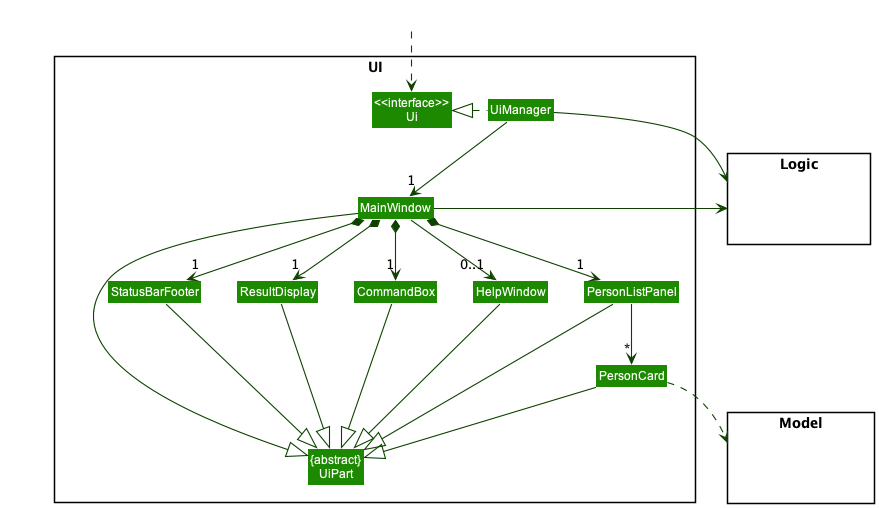
Above: docs/images/UiClassDiagram.png in nus-cs2103-AY2223S2/tp (PlantUML), before the change.
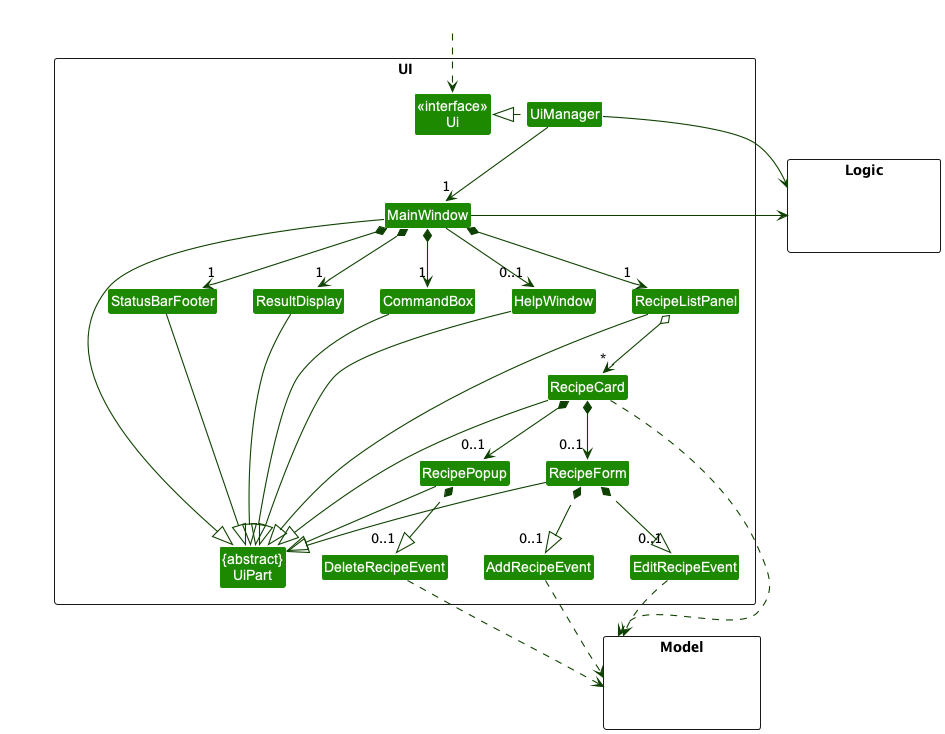
The same diagram one commit later.

Diff of the diagram source:
```diff
@@ -11,10 +11,15 @@
 Class MainWindow
 Class HelpWindow
 Class ResultDisplay
-Class PersonListPanel
-Class PersonCard
+Class RecipeListPanel
+Class RecipeCard
+Class RecipePopup
+Class RecipeForm
 Class StatusBarFooter
 Class CommandBox
+Class AddRecipeEvent
+Class DeleteRecipeEvent
+Class EditRecipeEvent
 }
 
 package Model <<Rectangle>> {
@@ -32,26 +37,39 @@
 UiManager -down-> "1" MainWindow
 MainWindow *-down->  "1" CommandBox
 MainWindow *-down-> "1" ResultDisplay
-MainWindow *-down-> "1" PersonListPanel
+MainWindow *-down-> "1" RecipeListPanel
 MainWindow *-down-> "1" StatusBarFooter
 MainWindow --> "0..1" HelpWindow
 
-PersonListPanel -down-> "*" PersonCard
+RecipeListPanel o-down-> "*" RecipeCard
 
 MainWindow -left-|> UiPart
 
 ResultDisplay --|> UiPart
 CommandBox --|> UiPart
-PersonListPanel --|> UiPart
-PersonCard --|> UiPart
+RecipeListPanel --|> UiPart
+RecipeCard --|> UiPart
 StatusBarFooter --|> UiPart
 HelpWindow --|> UiPart
+RecipeForm --|> UiPart
+RecipePopup --|> UiPart
 
-PersonCard ..> Model
+RecipeCard ..> Model
+DeleteRecipeEvent ..> Model
+EditRecipeEvent ..> Model
+AddRecipeEvent ..> Model
+
+RecipeCard *-down-> "0..1"  RecipePopup
+RecipeCard *-down-> "0..1"  RecipeForm
+
+RecipePopup *-down-|> "0..1" DeleteRecipeEvent
+RecipeForm *-down-|> "0..1" AddRecipeEvent
+RecipeForm *-down-|> "0..1" EditRecipeEvent
+
 UiManager -right-> Logic
 MainWindow -left-> Logic
 
-PersonListPanel -[hidden]left- HelpWindow
+RecipeListPanel -[hidden]left- HelpWindow
 HelpWindow -[hidden]left- CommandBox
 CommandBox -[hidden]left- ResultDisplay
 ResultDisplay -[hidden]left- StatusBarFooter
```
